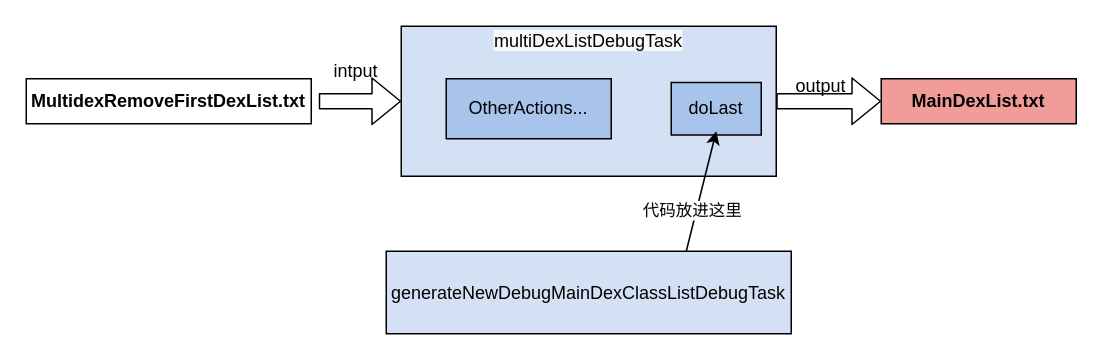
shinecjj/UML keeps this draw.io diagram as page "Page-6" (6 of 24) of T9.drawio. Above is the earlier version. Source tidied: cells renumbered, new cells numbered last; positions are measured from the earlier drawing's top-left corner, leaving out a move shared by most shapes. Both pictures are drawn from the tidied source at 150%, with x=0, y=0 at pixel (26, 26).
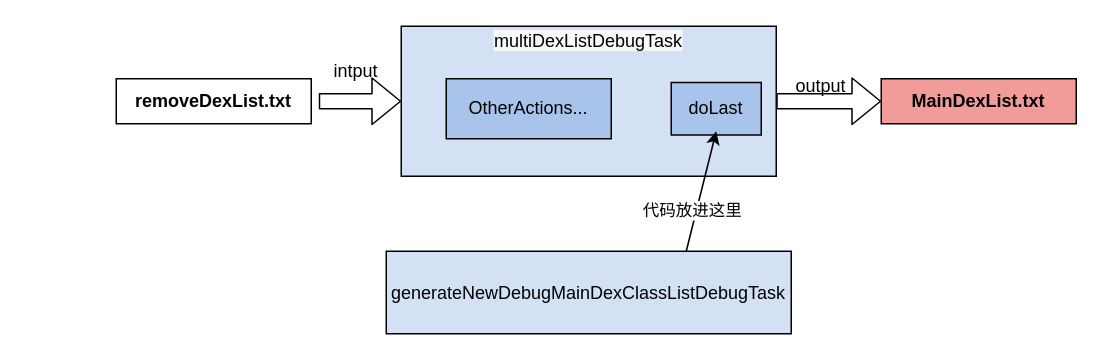
After the change.

Change to the diagram source:
```diff
@@
 <mxGraphModel>
   <root>
     <mxCell id="0" />
     <mxCell id="1" parent="0" />
     <mxCell id="2" value="&lt;b&gt;MainDexList.txt&lt;/b&gt;" style="rounded=0;whiteSpace=wrap;html=1;strokeColor=#000000;fillColor=#F19C99;" parent="1" vertex="1">
       <mxGeometry x="570" y="35" width="130" height="30" as="geometry" />
     </mxCell>
     <mxCell id="3" style="rounded=0;whiteSpace=wrap;html=1;strokeColor=#000000;fillColor=#D4E1F5;" parent="1" vertex="1">
       <mxGeometry x="250" width="250" height="100" as="geometry" />
     </mxCell>
     <mxCell id="4" style="shape=flexArrow;endArrow=classic;html=1;strokeColor=#000000;fillColor=#FFFFFF;exitX=1;exitY=0.5;exitDx=0;exitDy=0;entryX=0;entryY=0.5;entryDx=0;entryDy=0;" parent="1" edge="1" source="3" target="2">
       <mxGeometry relative="1" as="geometry" />
     </mxCell>
     <mxCell id="5" value="output" style="text;html=1;strokeColor=none;fillColor=none;align=center;verticalAlign=middle;whiteSpace=wrap;rounded=0;" parent="1" vertex="1">
       <mxGeometry x="510" y="30" width="40" height="20" as="geometry" />
     </mxCell>
     <mxCell id="6" value="intput" style="text;html=1;strokeColor=none;fillColor=none;align=center;verticalAlign=middle;whiteSpace=wrap;rounded=0;" parent="1" vertex="1">
       <mxGeometry x="200" y="20" width="40" height="20" as="geometry" />
     </mxCell>
-    <mxCell id="7" value="&lt;b&gt;MultidexRemoveFirstDexList.txt&lt;/b&gt;" style="rounded=0;whiteSpace=wrap;html=1;strokeColor=#000000;fillColor=none;" parent="1" vertex="1">
-      <mxGeometry y="35" width="190" height="30" as="geometry" />
+    <mxCell id="7" value="&lt;b&gt;removeDexList.txt&lt;/b&gt;" style="rounded=0;whiteSpace=wrap;html=1;strokeColor=#000000;fillColor=none;" parent="1" vertex="1">
+      <mxGeometry x="60" y="35" width="130" height="30" as="geometry" />
     </mxCell>
     <mxCell id="8" value="&lt;span style=&quot;color: rgb(0, 0, 0); font-family: helvetica; font-size: 12px; font-style: normal; font-weight: 400; letter-spacing: normal; text-align: center; text-indent: 0px; text-transform: none; word-spacing: 0px; background-color: rgb(248, 249, 250); display: inline; float: none;&quot;&gt;multiDexListDebugTask&lt;/span&gt;" style="text;html=1;strokeColor=none;fillColor=none;align=center;verticalAlign=middle;whiteSpace=wrap;rounded=0;" parent="1" vertex="1">
       <mxGeometry x="355" width="40" height="20" as="geometry" />
     </mxCell>
     <mxCell id="9" value="doLast" style="rounded=0;whiteSpace=wrap;html=1;strokeColor=#000000;fillColor=#A9C4EB;" parent="1" vertex="1">
       <mxGeometry x="430" y="37.5" width="60" height="35" as="geometry" />
     </mxCell>
     <mxCell id="10" value="OtherActions..." style="rounded=0;whiteSpace=wrap;html=1;strokeColor=#000000;fillColor=#A9C4EB;" parent="1" vertex="1">
       <mxGeometry x="280" y="35" width="110" height="40" as="geometry" />
     </mxCell>
     <mxCell id="11" value="generateNewDebugMainDexClassListDebugTask" style="rounded=0;whiteSpace=wrap;html=1;strokeColor=#000000;fillColor=#D4E1F5;" parent="1" vertex="1">
       <mxGeometry x="240" y="150" width="270" height="55" as="geometry" />
     </mxCell>
     <mxCell id="12" style="endArrow=classic;html=1;" parent="1" edge="1">
       <mxGeometry relative="1" as="geometry">
         <mxPoint x="440" y="150" as="sourcePoint" />
         <mxPoint x="460" y="70" as="targetPoint" />
       </mxGeometry>
     </mxCell>
     <mxCell id="13" value="代码放进这里" style="edgeLabel;html=1;align=center;verticalAlign=middle;" parent="12" vertex="1">
       <mxGeometry x="-0.33" y="3" relative="1" as="geometry" />
     </mxCell>
     <mxCell id="14" style="shape=flexArrow;endArrow=classic;html=1;" parent="1" edge="1">
       <mxGeometry relative="1" as="geometry">
         <mxPoint x="195" y="50" as="sourcePoint" />
         <mxPoint x="250" y="50" as="targetPoint" />
       </mxGeometry>
     </mxCell>
   </root>
 </mxGraphModel>
```
